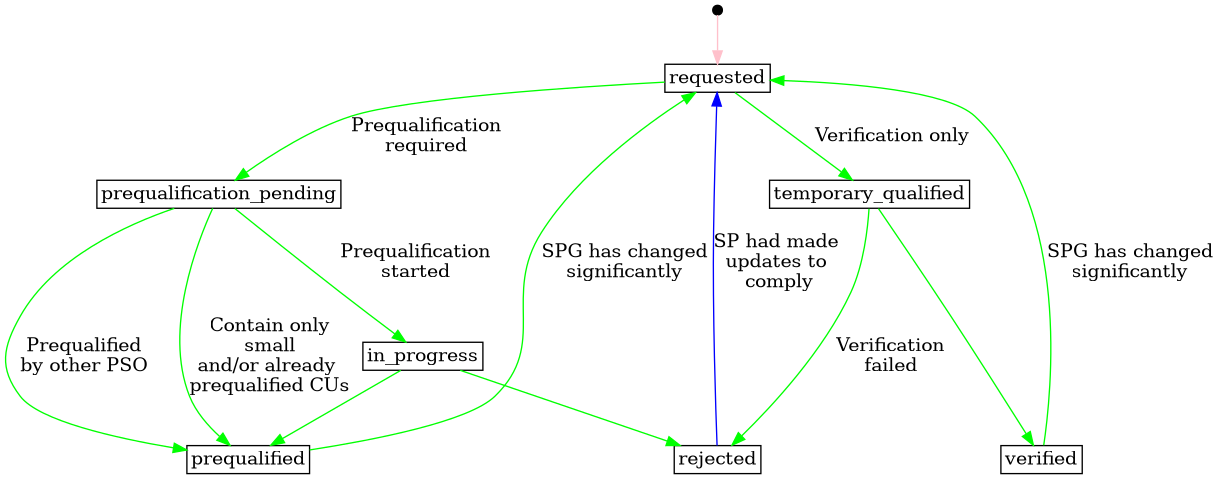
Before: docs/diagrams/service_providing_group_product_application_status.png, a diagram exported from PlantUML (elhub/flex-information-system). Its source is kept beside it as docs/diagrams/service_providing_group_product_application_status.plantuml.
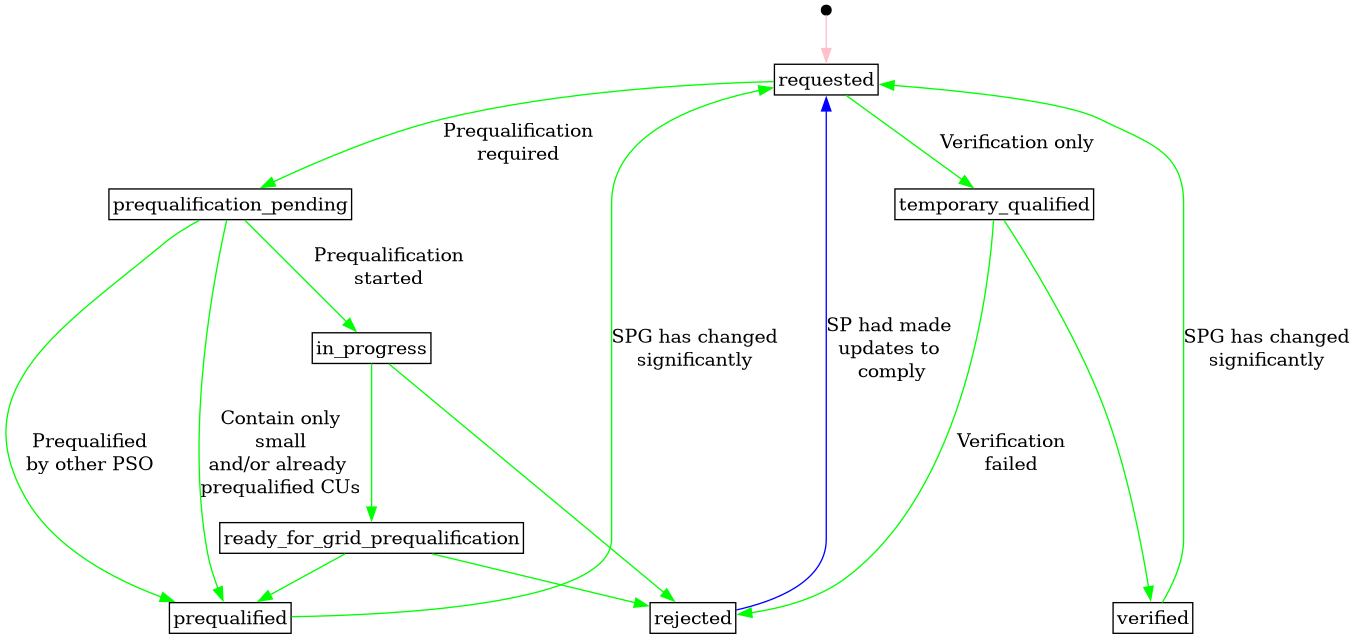
The same file after the commit.

The edit, as a diff of the source:
```diff
@@ -15,6 +15,7 @@
         temporary_qualified;
     }
     in_progress;
+    ready_for_grid_prequalification;
     {
         rank = same;
         verified;
@@ -33,8 +34,11 @@
     temporary_qualified -> rejected [label="Verification\nfailed", color="green"];
     temporary_qualified -> verified [color="green"];
 
-    in_progress -> prequalified [color="green"];
+    in_progress -> ready_for_grid_prequalification [color="green"];
     in_progress -> rejected [color="green"];
+
+    ready_for_grid_prequalification -> prequalified [color="green"];
+    ready_for_grid_prequalification -> rejected [color="green"];
 
     prequalified -> requested [label="SPG has changed\nsignificantly", color="green"];
     verified -> requested [label="SPG has changed\nsignificantly", color="green"];
```
